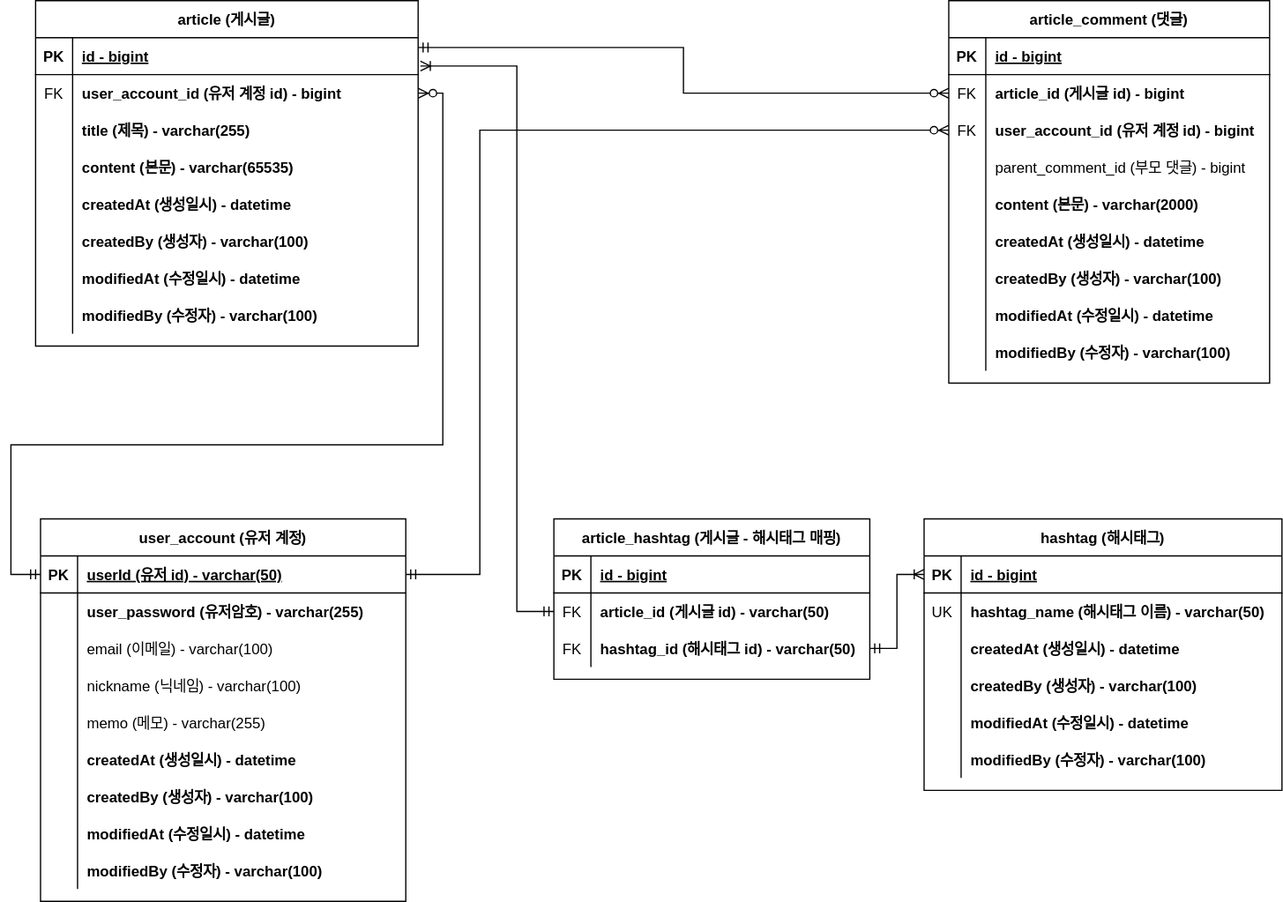
Earlier version of the draw.io export doc/project-board-erd.svg (imhungry2/fastcampus-project-board). Source tidied: cells renumbered, new cells last; positions are measured from the earlier drawing's top-left corner, leaving out a move shared by most shapes.
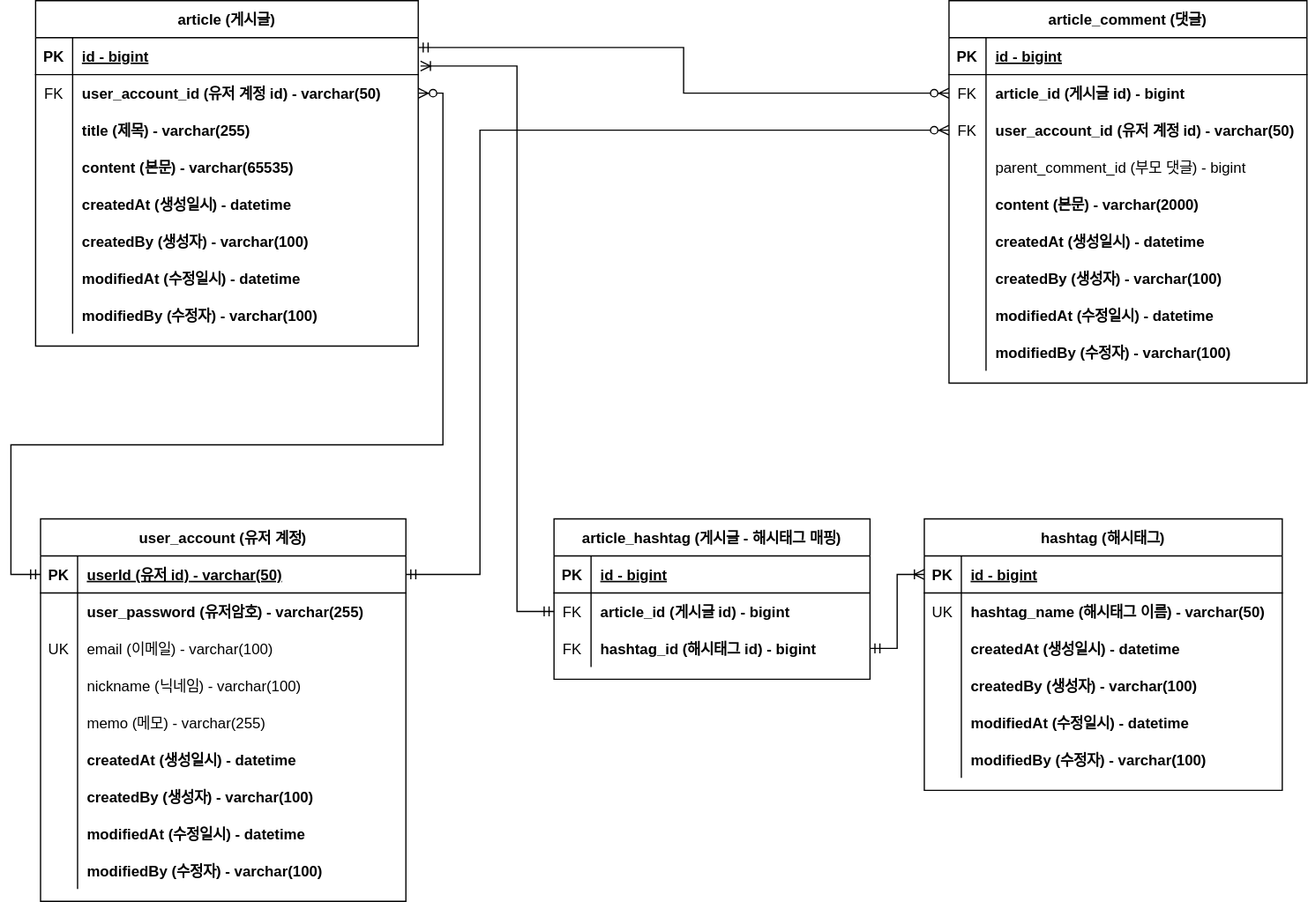
Later version of the same file.

What changed in the source:
```diff
@@ -20,7 +20,7 @@
     <mxCell id="7" value="FK" style="shape=partialRectangle;fillColor=none;top=0;left=0;bottom=0;right=0;overflow=hidden;" parent="6" vertex="1">
       <mxGeometry width="30" height="30" as="geometry" />
     </mxCell>
-    <mxCell id="8" value="user_account_id (유저 계정 id) - bigint" style="shape=partialRectangle;fillColor=none;top=0;left=0;bottom=0;right=0;align=left;spacingLeft=6;overflow=hidden;fontStyle=1;" parent="6" vertex="1">
+    <mxCell id="8" value="user_account_id (유저 계정 id) - varchar(50)" style="shape=partialRectangle;fillColor=none;top=0;left=0;bottom=0;right=0;align=left;spacingLeft=6;overflow=hidden;fontStyle=1;" parent="6" vertex="1">
       <mxGeometry x="30" width="280" height="30" as="geometry" />
     </mxCell>
     <mxCell id="9" style="shape=tableRow;horizontal=0;startSize=0;swimlaneHead=0;swimlaneBody=0;fillColor=none;top=0;left=0;right=0;bottom=0;" parent="2" vertex="1">
@@ -78,88 +78,88 @@
       <mxGeometry x="30" width="280" height="30" as="geometry" />
     </mxCell>
     <mxCell id="27" value="article_comment (댓글)" style="shape=table;startSize=30;rowLines=0;fontStyle=1;align=center;" parent="1" vertex="1">
-      <mxGeometry x="760" width="260" height="310" as="geometry" />
+      <mxGeometry x="760" width="290" height="310" as="geometry" />
     </mxCell>
     <mxCell id="28" style="shape=tableRow;horizontal=0;startSize=0;swimlaneHead=0;swimlaneBody=0;fillColor=none;top=0;left=0;right=0;bottom=1;" parent="27" vertex="1">
-      <mxGeometry y="30" width="260" height="30" as="geometry" />
+      <mxGeometry y="30" width="290" height="30" as="geometry" />
     </mxCell>
     <mxCell id="29" value="PK" style="shape=partialRectangle;fillColor=none;top=0;left=0;bottom=0;right=0;fontStyle=1;overflow=hidden;" parent="28" vertex="1">
       <mxGeometry width="30" height="30" as="geometry" />
     </mxCell>
     <mxCell id="30" value="id - bigint" style="shape=partialRectangle;fillColor=none;top=0;left=0;bottom=0;right=0;align=left;spacingLeft=6;fontStyle=5;overflow=hidden;" parent="28" vertex="1">
-      <mxGeometry x="30" width="230" height="30" as="geometry" />
+      <mxGeometry x="30" width="260" height="30" as="geometry" />
     </mxCell>
     <mxCell id="31" style="shape=tableRow;horizontal=0;startSize=0;swimlaneHead=0;swimlaneBody=0;fillColor=none;points=[[0,0.5],[1,0.5]];portConstraint=eastwest;top=0;left=0;right=0;bottom=0;" parent="27" vertex="1">
-      <mxGeometry y="60" width="260" height="30" as="geometry" />
+      <mxGeometry y="60" width="290" height="30" as="geometry" />
     </mxCell>
     <mxCell id="32" value="FK" style="shape=partialRectangle;fillColor=none;top=0;left=0;bottom=0;right=0;overflow=hidden;" parent="31" vertex="1">
       <mxGeometry width="30" height="30" as="geometry" />
     </mxCell>
     <mxCell id="33" value="article_id (게시글 id) - bigint" style="shape=partialRectangle;fillColor=none;top=0;left=0;bottom=0;right=0;align=left;spacingLeft=6;overflow=hidden;fontStyle=1;" parent="31" vertex="1">
-      <mxGeometry x="30" width="230" height="30" as="geometry" />
+      <mxGeometry x="30" width="260" height="30" as="geometry" />
     </mxCell>
     <mxCell id="34" style="shape=tableRow;horizontal=0;startSize=0;swimlaneHead=0;swimlaneBody=0;fillColor=none;points=[[0,0.5],[1,0.5]];portConstraint=eastwest;top=0;left=0;right=0;bottom=0;" parent="27" vertex="1">
-      <mxGeometry y="90" width="260" height="30" as="geometry" />
+      <mxGeometry y="90" width="290" height="30" as="geometry" />
     </mxCell>
     <mxCell id="35" value="FK" style="shape=partialRectangle;fillColor=none;top=0;left=0;bottom=0;right=0;overflow=hidden;" parent="34" vertex="1">
       <mxGeometry width="30" height="30" as="geometry" />
     </mxCell>
-    <mxCell id="36" value="user_account_id (유저 계정 id) - bigint" style="shape=partialRectangle;fillColor=none;top=0;left=0;bottom=0;right=0;align=left;spacingLeft=6;overflow=hidden;fontStyle=1;" parent="34" vertex="1">
-      <mxGeometry x="30" width="230" height="30" as="geometry" />
+    <mxCell id="36" value="user_account_id (유저 계정 id) - varchar(50)" style="shape=partialRectangle;fillColor=none;top=0;left=0;bottom=0;right=0;align=left;spacingLeft=6;overflow=hidden;fontStyle=1;" parent="34" vertex="1">
+      <mxGeometry x="30" width="260" height="30" as="geometry" />
     </mxCell>
     <mxCell id="37" style="shape=tableRow;horizontal=0;startSize=0;swimlaneHead=0;swimlaneBody=0;fillColor=none;top=0;left=0;right=0;bottom=0;fontStyle=0;" parent="27" vertex="1">
-      <mxGeometry y="120" width="260" height="30" as="geometry" />
+      <mxGeometry y="120" width="290" height="30" as="geometry" />
     </mxCell>
     <mxCell id="38" style="shape=partialRectangle;fillColor=none;top=0;left=0;bottom=0;right=0;overflow=hidden;" parent="37" vertex="1">
       <mxGeometry width="30" height="30" as="geometry" />
     </mxCell>
     <mxCell id="39" value="parent_comment_id (부모 댓글) - bigint" style="shape=partialRectangle;fillColor=none;top=0;left=0;bottom=0;right=0;align=left;spacingLeft=6;overflow=hidden;fontStyle=0;" parent="37" vertex="1">
-      <mxGeometry x="30" width="230" height="30" as="geometry" />
+      <mxGeometry x="30" width="260" height="30" as="geometry" />
     </mxCell>
     <mxCell id="40" style="shape=tableRow;horizontal=0;startSize=0;swimlaneHead=0;swimlaneBody=0;fillColor=none;top=0;left=0;right=0;bottom=0;" parent="27" vertex="1">
-      <mxGeometry y="150" width="260" height="30" as="geometry" />
+      <mxGeometry y="150" width="290" height="30" as="geometry" />
     </mxCell>
     <mxCell id="41" style="shape=partialRectangle;fillColor=none;top=0;left=0;bottom=0;right=0;overflow=hidden;" parent="40" vertex="1">
       <mxGeometry width="30" height="30" as="geometry" />
     </mxCell>
     <mxCell id="42" value="content (본문) - varchar(2000)" style="shape=partialRectangle;fillColor=none;top=0;left=0;bottom=0;right=0;align=left;spacingLeft=6;overflow=hidden;fontStyle=1;" parent="40" vertex="1">
-      <mxGeometry x="30" width="230" height="30" as="geometry" />
+      <mxGeometry x="30" width="260" height="30" as="geometry" />
     </mxCell>
     <mxCell id="43" style="shape=tableRow;horizontal=0;startSize=0;swimlaneHead=0;swimlaneBody=0;fillColor=none;top=0;left=0;right=0;bottom=0;" parent="27" vertex="1">
-      <mxGeometry y="180" width="260" height="30" as="geometry" />
+      <mxGeometry y="180" width="290" height="30" as="geometry" />
     </mxCell>
     <mxCell id="44" style="shape=partialRectangle;fillColor=none;top=0;left=0;bottom=0;right=0;overflow=hidden;" parent="43" vertex="1">
       <mxGeometry width="30" height="30" as="geometry" />
     </mxCell>
     <mxCell id="45" value="createdAt (생성일시) - datetime" style="shape=partialRectangle;fillColor=none;top=0;left=0;bottom=0;right=0;align=left;spacingLeft=6;overflow=hidden;fontStyle=1;" parent="43" vertex="1">
-      <mxGeometry x="30" width="230" height="30" as="geometry" />
+      <mxGeometry x="30" width="260" height="30" as="geometry" />
     </mxCell>
     <mxCell id="46" style="shape=tableRow;horizontal=0;startSize=0;swimlaneHead=0;swimlaneBody=0;fillColor=none;top=0;left=0;right=0;bottom=0;" parent="27" vertex="1">
-      <mxGeometry y="210" width="260" height="30" as="geometry" />
+      <mxGeometry y="210" width="290" height="30" as="geometry" />
     </mxCell>
     <mxCell id="47" style="shape=partialRectangle;fillColor=none;top=0;left=0;bottom=0;right=0;overflow=hidden;" parent="46" vertex="1">
       <mxGeometry width="30" height="30" as="geometry" />
     </mxCell>
     <mxCell id="48" value="createdBy (생성자) - varchar(100)" style="shape=partialRectangle;fillColor=none;top=0;left=0;bottom=0;right=0;align=left;spacingLeft=6;overflow=hidden;fontStyle=1;" parent="46" vertex="1">
-      <mxGeometry x="30" width="230" height="30" as="geometry" />
+      <mxGeometry x="30" width="260" height="30" as="geometry" />
     </mxCell>
     <mxCell id="49" style="shape=tableRow;horizontal=0;startSize=0;swimlaneHead=0;swimlaneBody=0;fillColor=none;top=0;left=0;right=0;bottom=0;" parent="27" vertex="1">
-      <mxGeometry y="240" width="260" height="30" as="geometry" />
+      <mxGeometry y="240" width="290" height="30" as="geometry" />
     </mxCell>
     <mxCell id="50" style="shape=partialRectangle;fillColor=none;top=0;left=0;bottom=0;right=0;overflow=hidden;" parent="49" vertex="1">
       <mxGeometry width="30" height="30" as="geometry" />
     </mxCell>
     <mxCell id="51" value="modifiedAt (수정일시) - datetime" style="shape=partialRectangle;fillColor=none;top=0;left=0;bottom=0;right=0;align=left;spacingLeft=6;overflow=hidden;fontStyle=1;" parent="49" vertex="1">
-      <mxGeometry x="30" width="230" height="30" as="geometry" />
+      <mxGeometry x="30" width="260" height="30" as="geometry" />
     </mxCell>
     <mxCell id="52" style="shape=tableRow;horizontal=0;startSize=0;swimlaneHead=0;swimlaneBody=0;fillColor=none;top=0;left=0;right=0;bottom=0;" parent="27" vertex="1">
-      <mxGeometry y="270" width="260" height="30" as="geometry" />
+      <mxGeometry y="270" width="290" height="30" as="geometry" />
     </mxCell>
     <mxCell id="53" style="shape=partialRectangle;fillColor=none;top=0;left=0;bottom=0;right=0;overflow=hidden;" parent="52" vertex="1">
       <mxGeometry width="30" height="30" as="geometry" />
     </mxCell>
     <mxCell id="54" value="modifiedBy (수정자) - varchar(100)" style="shape=partialRectangle;fillColor=none;top=0;left=0;bottom=0;right=0;align=left;spacingLeft=6;overflow=hidden;fontStyle=1;" parent="52" vertex="1">
-      <mxGeometry x="30" width="230" height="30" as="geometry" />
+      <mxGeometry x="30" width="260" height="30" as="geometry" />
     </mxCell>
     <mxCell id="55" style="edgeStyle=orthogonalEdgeStyle;fontSize=12;html=1;endArrow=ERzeroToMany;startArrow=ERmandOne;rounded=0;entryX=0;entryY=0.5;entryDx=0;entryDy=0;exitX=1;exitY=0.267;exitDx=0;exitDy=0;exitPerimeter=0;" parent="1" edge="1" source="3" target="31">
       <mxGeometry relative="1" as="geometry" />
@@ -188,7 +188,7 @@
     <mxCell id="63" style="shape=tableRow;horizontal=0;startSize=0;swimlaneHead=0;swimlaneBody=0;fillColor=none;top=0;left=0;right=0;bottom=0;" parent="56" vertex="1">
       <mxGeometry y="90" width="296" height="30" as="geometry" />
     </mxCell>
-    <mxCell id="64" style="shape=partialRectangle;fillColor=none;top=0;left=0;bottom=0;right=0;overflow=hidden;" parent="63" vertex="1">
+    <mxCell id="64" value="UK" style="shape=partialRectangle;fillColor=none;top=0;left=0;bottom=0;right=0;overflow=hidden;" parent="63" vertex="1">
       <mxGeometry width="30" height="30" as="geometry" />
     </mxCell>
     <mxCell id="65" value="email (이메일) - varchar(100)" style="shape=partialRectangle;fillColor=none;top=0;left=0;bottom=0;right=0;align=left;spacingLeft=6;overflow=hidden;" parent="63" vertex="1">
@@ -341,7 +341,7 @@
     <mxCell id="110" value="FK" style="shape=partialRectangle;fillColor=none;top=0;left=0;bottom=0;right=0;overflow=hidden;" parent="109" vertex="1">
       <mxGeometry width="30" height="30" as="geometry" />
     </mxCell>
-    <mxCell id="111" value="article_id (게시글 id) - varchar(50)" style="shape=partialRectangle;fillColor=none;top=0;left=0;bottom=0;right=0;align=left;spacingLeft=6;overflow=hidden;fontStyle=1;" parent="109" vertex="1">
+    <mxCell id="111" value="article_id (게시글 id) - bigint" style="shape=partialRectangle;fillColor=none;top=0;left=0;bottom=0;right=0;align=left;spacingLeft=6;overflow=hidden;fontStyle=1;" parent="109" vertex="1">
       <mxGeometry x="30" width="226" height="30" as="geometry" />
     </mxCell>
     <mxCell id="112" style="shape=tableRow;horizontal=0;startSize=0;swimlaneHead=0;swimlaneBody=0;fillColor=none;points=[[0,0.5],[1,0.5]];portConstraint=eastwest;top=0;left=0;right=0;bottom=0;" parent="105" vertex="1">
@@ -350,7 +350,7 @@
     <mxCell id="113" value="FK" style="shape=partialRectangle;fillColor=none;top=0;left=0;bottom=0;right=0;overflow=hidden;" parent="112" vertex="1">
       <mxGeometry width="30" height="30" as="geometry" />
     </mxCell>
-    <mxCell id="114" value="hashtag_id (해시태그 id) - varchar(50)" style="shape=partialRectangle;fillColor=none;top=0;left=0;bottom=0;right=0;align=left;spacingLeft=6;overflow=hidden;fontStyle=1;" parent="112" vertex="1">
+    <mxCell id="114" value="hashtag_id (해시태그 id) - bigint" style="shape=partialRectangle;fillColor=none;top=0;left=0;bottom=0;right=0;align=left;spacingLeft=6;overflow=hidden;fontStyle=1;" parent="112" vertex="1">
       <mxGeometry x="30" width="226" height="30" as="geometry" />
     </mxCell>
     <mxCell id="115" style="edgeStyle=orthogonalEdgeStyle;rounded=0;jettySize=auto;html=1;exitX=1;exitY=0.5;exitDx=0;exitDy=0;entryX=0;entryY=0.5;entryDx=0;entryDy=0;endArrow=ERoneToMany;endFill=0;startArrow=ERmandOne;startFill=0;" parent="1" edge="1" source="112" target="87">
```
